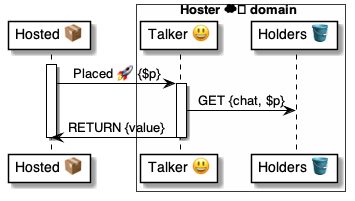
Above: 4 ⚙️ Solution/35 💬 Chats/Talkers 😃/😃🅰️ Talker methods/Placed 🧑‍💻🚀😃/😃 Placed ⚙️ uml.png in pollyweb-org/pollyweb-docs (PlantUML), before the change. Its source is kept beside it as 4 ⚙️ Solution/35 💬 Chats/Talkers 😃/😃🅰️ Talker methods/Placed 🧑‍💻🚀😃/😃 Placed ⚙️ uml.puml. Its diagram source:
```plantuml
@startuml Placed@Talker

participant "Hosted 📦" as hosted

box Hoster ☁️ domain #FFFFFA
    participant "Talker 😃" as talker
    participant "Holders 🪣" as holders
end box


activate hosted
    hosted -> talker: Placed 🚀 {$p}

    activate talker
        talker -> holders: GET {chat, $p}
        talker -> hosted: RETURN {value}
    deactivate talker

deactivate hosted

@enduml
```
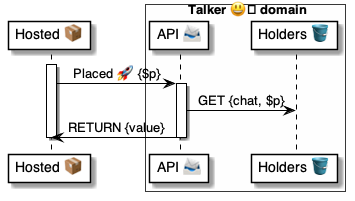
After the commit.

The edit, as a diff of the source:
```diff
@@ -2,8 +2,8 @@
 
 participant "Hosted 📦" as hosted
 
-box Hoster ☁️ domain #FFFFFA
-    participant "Talker 😃" as talker
+box Talker 😃️ domain #FFFFFA
+    participant "API 📨" as talker
     participant "Holders 🪣" as holders
 end box
 
```
